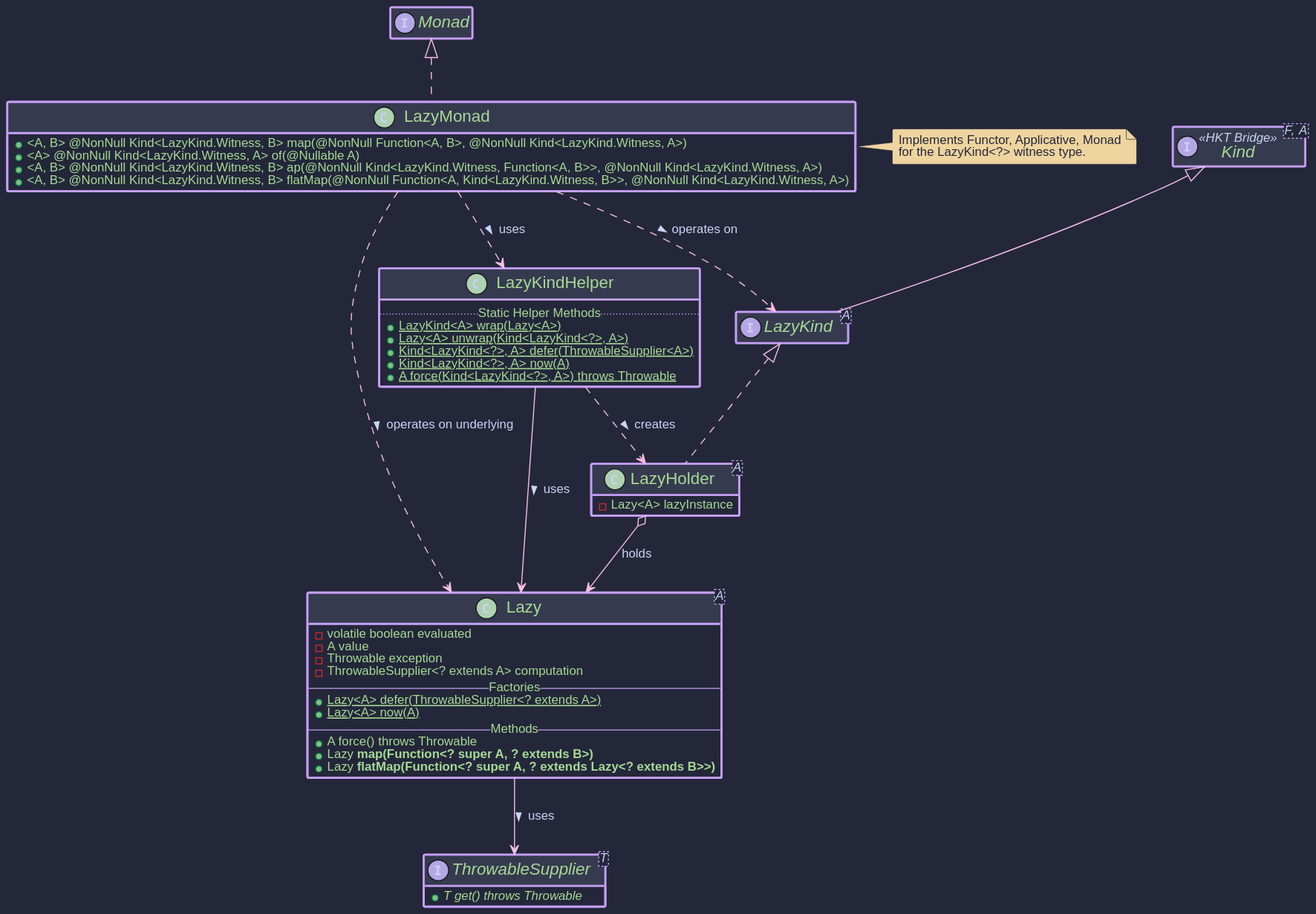
Earlier version of the PlantUML export hkj-book/src/images/puml/lazy_components.svg (higher-kinded-j/higher-kinded-j).
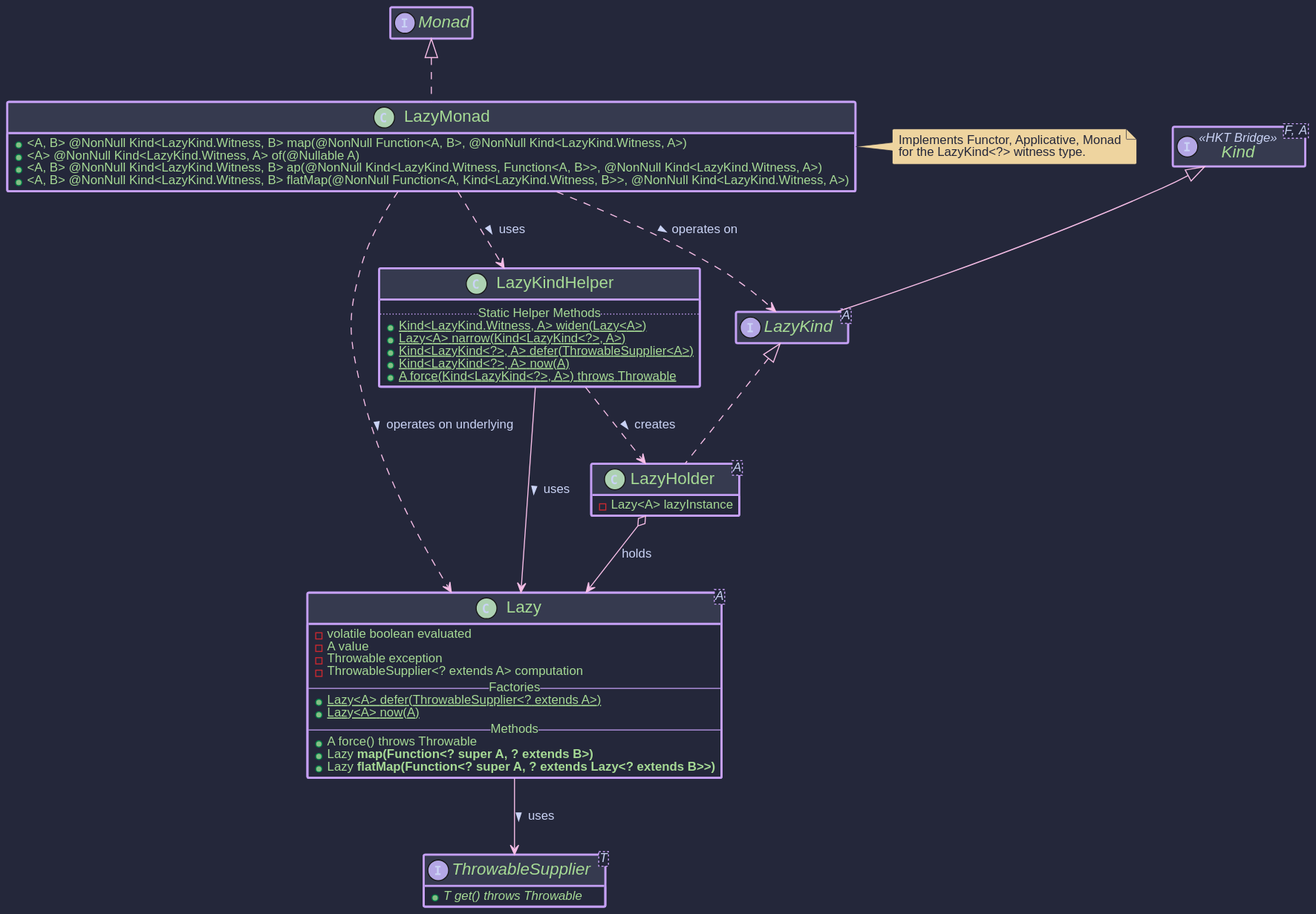
Later version of the same file.

Diff of the diagram source:
```diff
@@ -29,8 +29,8 @@
 
   class LazyKindHelper {
     .. Static Helper Methods ..
-    + {static} LazyKind<A> wrap(Lazy<A>)
-    + {static} Lazy<A> unwrap(Kind<LazyKind<?>, A>)
+    + {static} Kind<LazyKind.Witness, A> widen(Lazy<A>)
+    + {static} Lazy<A> narrow(Kind<LazyKind<?>, A>)
     + {static} Kind<LazyKind<?>, A> defer(ThrowableSupplier<A>)
     + {static} Kind<LazyKind<?>, A> now(A)
     + {static} A force(Kind<LazyKind<?>, A>) throws Throwable
```
